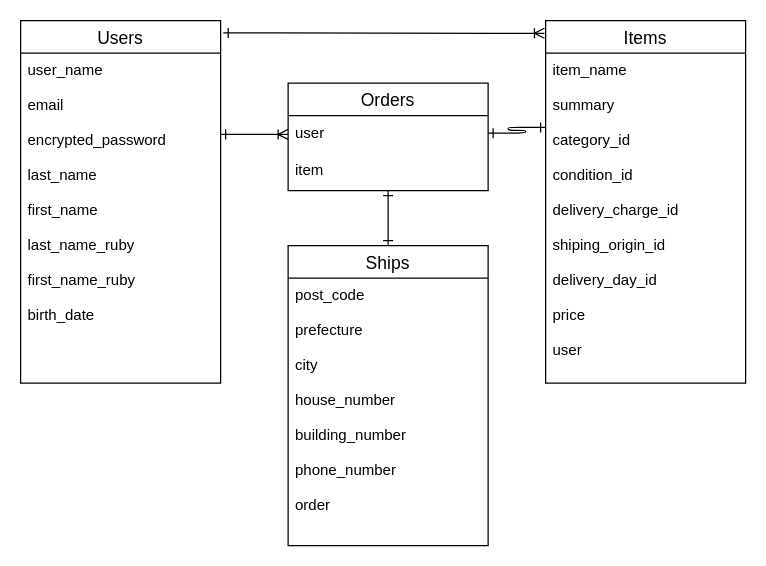
Above: furima_ER.dio in iizun/furima-38724 (draw.io), before the change. Source tidied: cells renumbered, new cells numbered last; positions are measured from the earlier drawing's top-left corner, leaving out a move shared by most shapes. Both pictures are drawn from the tidied source at 125%, with x=0, y=0 at pixel (20, 20).
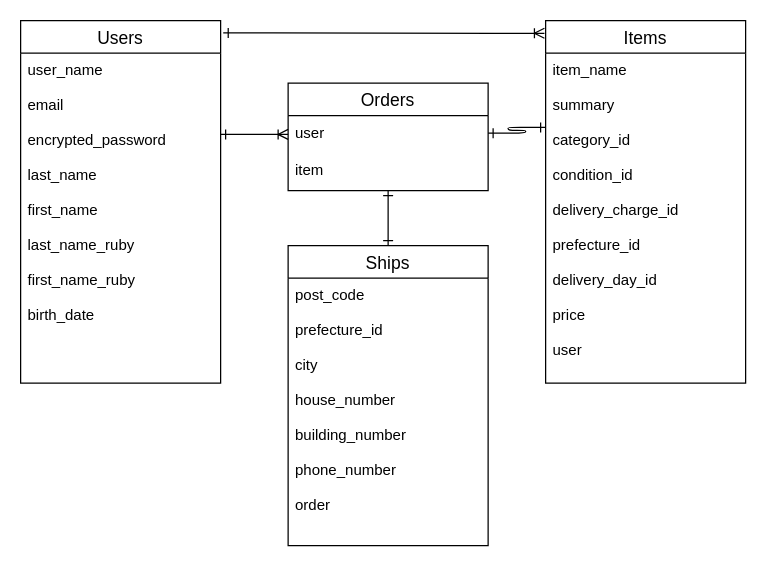
After the change.

Commit message:
ER図のカラム名を修正

Change to the diagram source:
```diff
@@
 <mxGraphModel>
   <root>
     <mxCell id="0" />
     <mxCell id="1" parent="0" />
     <mxCell id="2" value="Orders" style="swimlane;fontStyle=0;horizontal=1;startSize=26;align=center;fontSize=14;" parent="1" vertex="1">
       <mxGeometry x="214" y="50" width="160" height="86" as="geometry" />
     </mxCell>
     <mxCell id="3" value="user" style="text;strokeColor=none;fillColor=none;spacingLeft=4;spacingRight=4;overflow=hidden;points=[[0,0.5],[1,0.5]];portConstraint=eastwest;fontSize=12;" parent="2" vertex="1">
       <mxGeometry y="26" width="160" height="30" as="geometry" />
     </mxCell>
     <mxCell id="4" value="item" style="text;strokeColor=none;fillColor=none;spacingLeft=4;spacingRight=4;overflow=hidden;points=[[0,0.5],[1,0.5]];portConstraint=eastwest;fontSize=12;" parent="2" vertex="1">
       <mxGeometry y="56" width="160" height="30" as="geometry" />
     </mxCell>
     <mxCell id="5" value="Users" style="swimlane;fontStyle=0;horizontal=1;startSize=26;align=center;fontSize=14;" parent="1" vertex="1">
       <mxGeometry width="160" height="290" as="geometry" />
     </mxCell>
     <mxCell id="6" value="user_name&#10;&#10;email&#10;&#10;encrypted_password&#10;&#10;last_name&#10;&#10;first_name&#10;&#10;last_name_ruby&#10;&#10;first_name_ruby&#10;&#10;birth_date" style="text;strokeColor=none;fillColor=none;spacingLeft=4;spacingRight=4;overflow=hidden;fontSize=12;" parent="5" vertex="1">
       <mxGeometry y="26" width="160" height="264" as="geometry" />
     </mxCell>
     <mxCell id="7" value="Items" style="swimlane;fontStyle=0;horizontal=1;startSize=26;align=center;fontSize=14;" parent="1" vertex="1">
       <mxGeometry x="420" width="160" height="290" as="geometry" />
     </mxCell>
-    <mxCell id="8" value="item_name&#10;&#10;summary&#10;&#10;category_id&#10;&#10;condition_id&#10;&#10;delivery_charge_id&#10;&#10;shiping_origin_id&#10;&#10;delivery_day_id&#10;&#10;price&#10;&#10;user" style="text;strokeColor=none;fillColor=none;spacingLeft=4;spacingRight=4;overflow=hidden;points=[[0,0.5],[1,0.5]];portConstraint=eastwest;fontSize=12;" parent="7" vertex="1">
+    <mxCell id="8" value="item_name&#10;&#10;summary&#10;&#10;category_id&#10;&#10;condition_id&#10;&#10;delivery_charge_id&#10;&#10;prefecture_id&#10;&#10;delivery_day_id&#10;&#10;price&#10;&#10;user" style="text;strokeColor=none;fillColor=none;spacingLeft=4;spacingRight=4;overflow=hidden;points=[[0,0.5],[1,0.5]];portConstraint=eastwest;fontSize=12;" parent="7" vertex="1">
       <mxGeometry y="26" width="160" height="264" as="geometry" />
     </mxCell>
     <mxCell id="9" value="Ships" style="swimlane;fontStyle=0;horizontal=1;startSize=26;align=center;fontSize=14;" parent="1" vertex="1">
       <mxGeometry x="214" y="180" width="160" height="240" as="geometry" />
     </mxCell>
-    <mxCell id="10" value="post_code&#10;&#10;prefecture&#10;&#10;city&#10;&#10;house_number&#10;&#10;building_number&#10;&#10;phone_number&#10;&#10;order" style="text;strokeColor=none;fillColor=none;spacingLeft=4;spacingRight=4;overflow=hidden;fontSize=12;" parent="9" vertex="1">
+    <mxCell id="10" value="post_code&#10;&#10;prefecture_id&#10;&#10;city&#10;&#10;house_number&#10;&#10;building_number&#10;&#10;phone_number&#10;&#10;order" style="text;strokeColor=none;fillColor=none;spacingLeft=4;spacingRight=4;overflow=hidden;fontSize=12;" parent="9" vertex="1">
       <mxGeometry y="26" width="160" height="214" as="geometry" />
     </mxCell>
     <mxCell id="11" style="edgeStyle=entityRelationEdgeStyle;fontSize=12;html=1;endArrow=ERoneToMany;exitX=1.013;exitY=0.034;exitDx=0;exitDy=0;exitPerimeter=0;entryX=-0.006;entryY=0.035;entryDx=0;entryDy=0;entryPerimeter=0;startArrow=ERone;startFill=0;" parent="1" edge="1" source="5" target="7">
       <mxGeometry relative="1" as="geometry" />
     </mxCell>
     <mxCell id="12" style="edgeStyle=entityRelationEdgeStyle;fontSize=12;html=1;endArrow=ERoneToMany;entryX=0;entryY=0.5;entryDx=0;entryDy=0;startArrow=ERone;startFill=0;" parent="1" edge="1" target="3">
       <mxGeometry relative="1" as="geometry">
         <mxPoint x="160" y="91" as="sourcePoint" />
       </mxGeometry>
     </mxCell>
     <mxCell id="13" style="edgeStyle=entityRelationEdgeStyle;fontSize=12;html=1;endArrow=ERone;strokeColor=default;startArrow=ERone;startFill=0;endFill=0;entryX=0;entryY=0.225;entryDx=0;entryDy=0;entryPerimeter=0;" parent="1" edge="1" target="8">
       <mxGeometry relative="1" as="geometry">
         <mxPoint x="374" y="90" as="sourcePoint" />
       </mxGeometry>
     </mxCell>
     <mxCell id="14" style="endArrow=ERone;html=1;rounded=0;strokeColor=default;entryX=0.5;entryY=0;entryDx=0;entryDy=0;exitX=0.5;exitY=1;exitDx=0;exitDy=0;exitPerimeter=0;startArrow=ERone;startFill=0;endFill=0;" parent="1" edge="1" source="4" target="9">
       <mxGeometry relative="1" as="geometry" />
     </mxCell>
   </root>
 </mxGraphModel>
```
